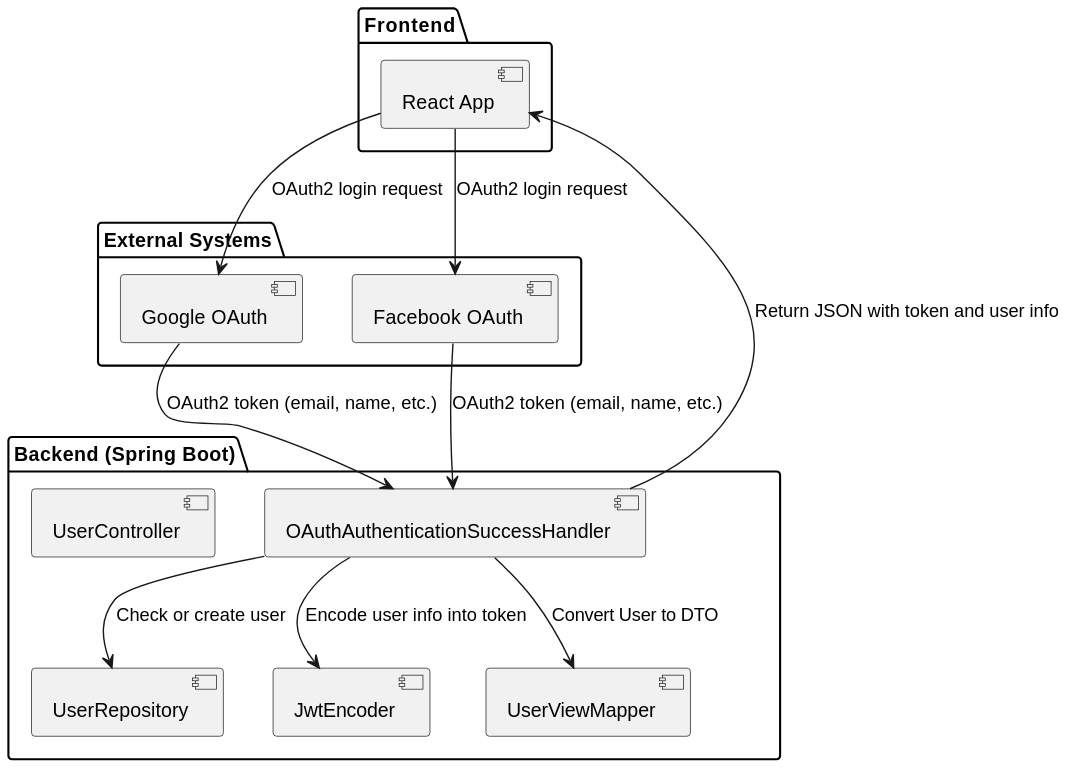
MaximeSchuybroeck/ARQSOFT_August keeps this PlantUML diagram as Docs/Architecture_files/Phase_1/assets/OAuthLoginFlow/ComponentDiagram.svg. Above is the earlier version.
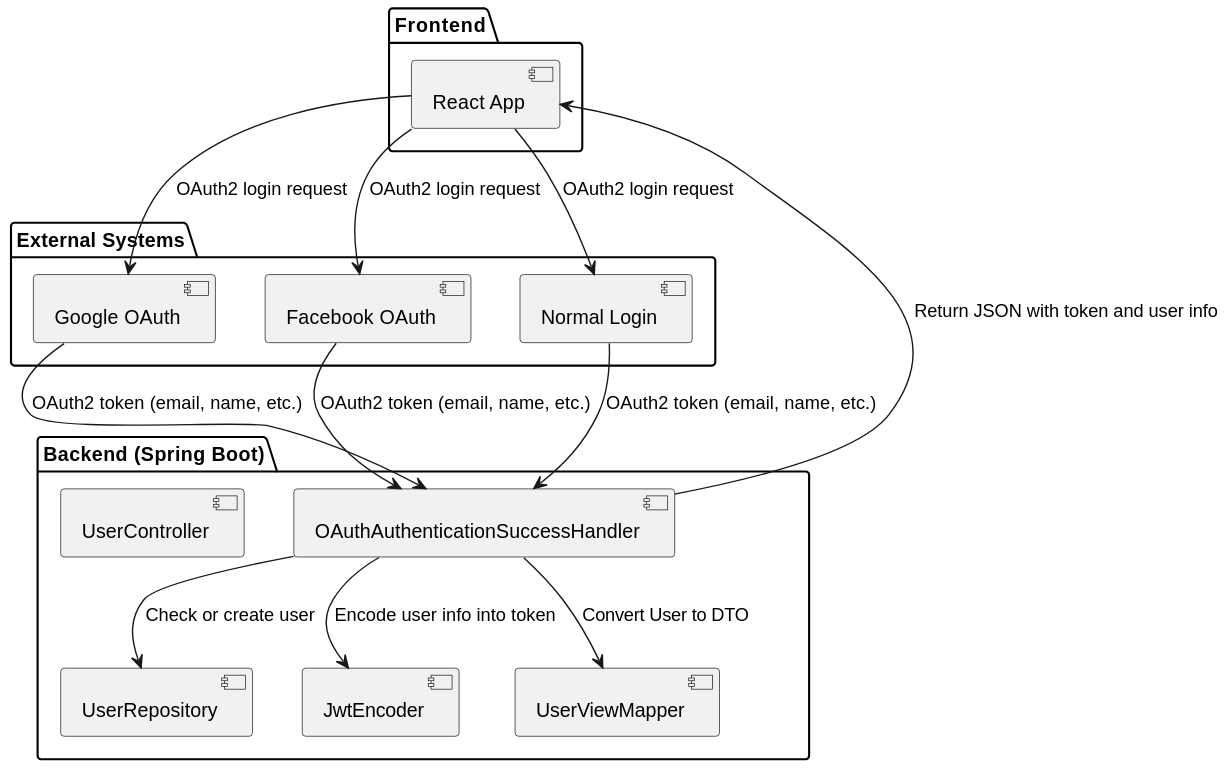
Later version of the same file.

Change to the diagram source:
```diff
@@ -14,13 +14,16 @@
 package "External Systems" {
   [Google OAuth] as Google
   [Facebook OAuth] as Facebook
+  [Normal Login] as NormalLogin
 }
 
 FE --> Google : OAuth2 login request
 FE --> Facebook : OAuth2 login request
+FE --> NormalLogin : OAuth2 login request
 
 Google --> Handler : OAuth2 token (email, name, etc.)
 Facebook --> Handler : OAuth2 token (email, name, etc.)
+NormalLogin --> Handler : OAuth2 token (email, name, etc.)
 
 Handler --> Repo : Check or create user
 Handler --> JWT : Encode user info into token
```
